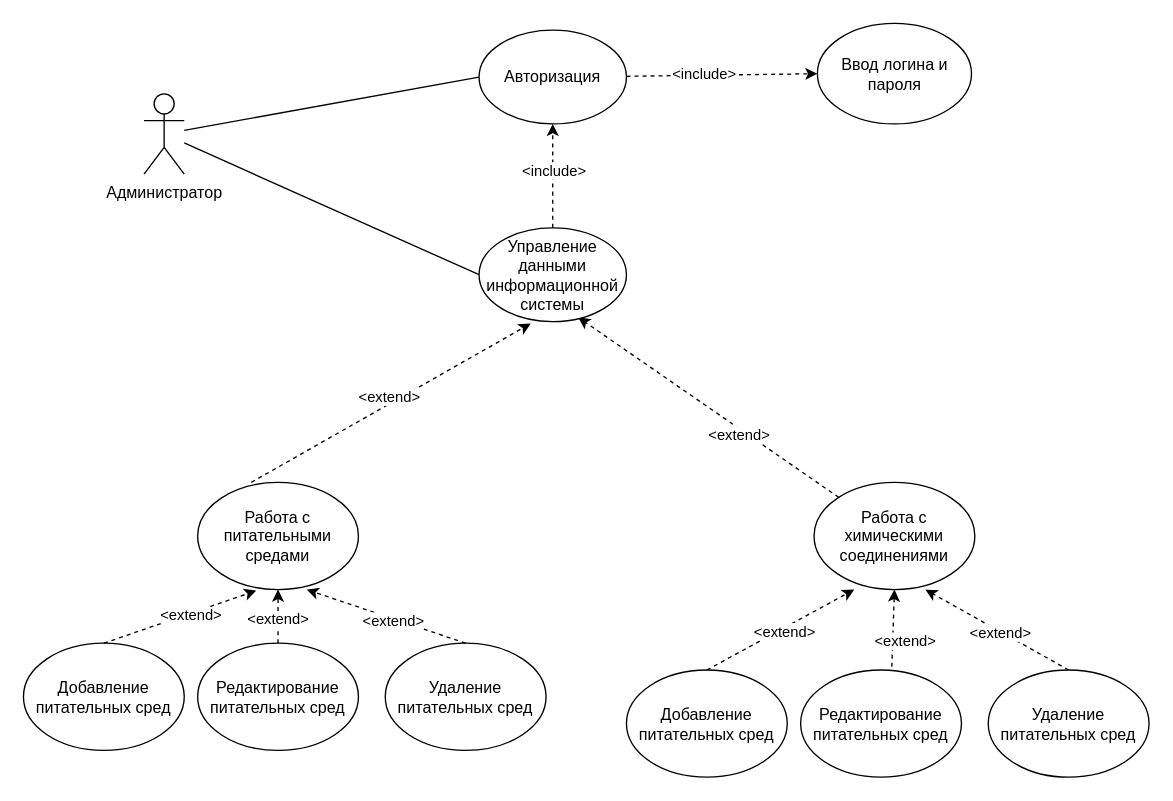
eva01pilot/plant-tissue-diagrams keeps this draw.io diagram as use-case_admin.drawio. Above is the earlier version. Source tidied: cells renumbered, new cells numbered last; positions are measured from the earlier drawing's top-left corner, leaving out a move shared by most shapes. Both pictures are drawn from the tidied source at 134%, with x=0, y=0 at pixel (23, 23).
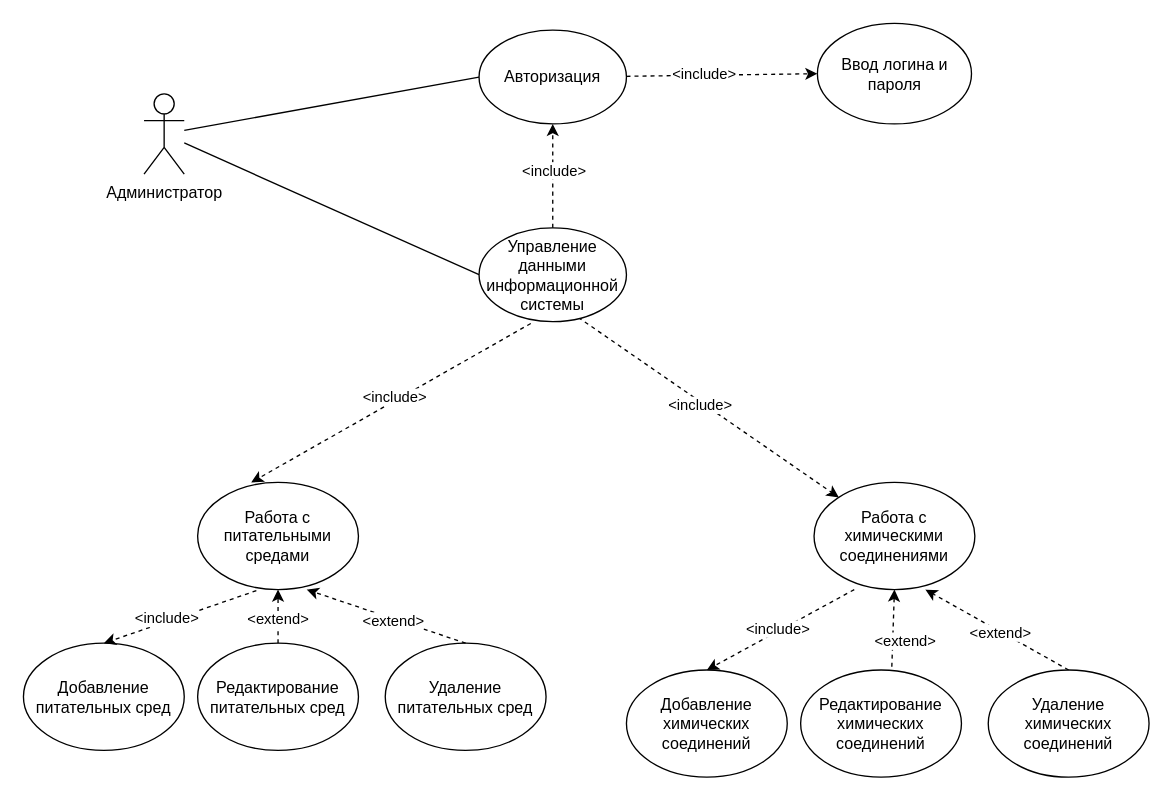
The same page after the edit.

The change refers to these unchanged cells:
```xml
<mxCell id="7" value="&lt;div&gt;Управление данными информационной системы&lt;/div&gt;" style="ellipse;whiteSpace=wrap;html=1;" parent="1" vertex="1">
  <mxGeometry x="340" y="152.5" width="110" height="70" as="geometry" />
</mxCell>
<mxCell id="12" value="Работа с химическими соединениями" style="ellipse;whiteSpace=wrap;html=1;" parent="1" vertex="1">
  <mxGeometry x="590" y="342.5" width="120" height="80" as="geometry" />
</mxCell>
<mxCell id="13" value="&lt;div&gt;Работа с питательными средами&lt;/div&gt;" style="ellipse;whiteSpace=wrap;html=1;" parent="1" vertex="1">
  <mxGeometry x="130" y="342.5" width="120" height="80" as="geometry" />
</mxCell>
<mxCell id="16" value="&lt;div&gt;Добавление питательных сред&lt;/div&gt;" style="ellipse;whiteSpace=wrap;html=1;" parent="1" vertex="1">
  <mxGeometry y="462.5" width="120" height="80" as="geometry" />
</mxCell>
```

Diff of the diagram source:
```diff
@@
-    <mxCell id="5" style="rounded=0;jettySize=auto;html=1;dashed=1;entryX=0.673;entryY=0.955;entryDx=0;entryDy=0;entryPerimeter=0;" parent="1" edge="1" source="12" target="7">
+    <mxCell id="5" style="rounded=0;jettySize=auto;html=1;dashed=1;exitX=0.673;exitY=0.955;exitDx=0;exitDy=0;exitPerimeter=0;" parent="1" edge="1" source="7" target="12">
       <mxGeometry relative="1" as="geometry" />
     </mxCell>
-    <mxCell id="6" value="&lt;div&gt;&amp;lt;extend&amp;gt;&lt;/div&gt;" style="edgeLabel;html=1;align=center;verticalAlign=middle;" parent="5" vertex="1">
+    <mxCell id="6" value="&amp;lt;include&amp;gt;" style="edgeLabel;html=1;align=center;verticalAlign=middle;" parent="5" vertex="1">
       <mxGeometry x="-0.15" y="1" relative="1" as="geometry">
         <mxPoint x="8" y="9" as="offset" />
       </mxGeometry>
     </mxCell>
@@
-    <mxCell id="14" style="endArrow=classic;html=1;rounded=0;exitX=0.351;exitY=1.02;exitDx=0;exitDy=0;exitPerimeter=0;dashed=1;entryX=0.351;entryY=1.02;entryDx=0;entryDy=0;entryPerimeter=0;" parent="1" edge="1" target="7">
+    <mxCell id="14" style="endArrow=classic;html=1;rounded=0;exitX=0.351;exitY=1.02;exitDx=0;exitDy=0;exitPerimeter=0;dashed=1;entryX=0.351;entryY=1.02;entryDx=0;entryDy=0;entryPerimeter=0;" parent="1" edge="1" source="7">
       <mxGeometry relative="1" as="geometry">
-        <mxPoint x="170" y="342.5" as="sourcePoint" />
+        <mxPoint x="170" y="342.5" as="targetPoint" />
       </mxGeometry>
     </mxCell>
-    <mxCell id="15" value="&amp;lt;extend&amp;gt;" style="edgeLabel;html=1;align=center;verticalAlign=middle;" parent="14" vertex="1">
+    <mxCell id="15" value="&amp;lt;include&amp;gt;" style="edgeLabel;html=1;align=center;verticalAlign=middle;" parent="14" vertex="1">
       <mxGeometry x="-0.02" y="1" relative="1" as="geometry">
         <mxPoint y="-5" as="offset" />
       </mxGeometry>
     </mxCell>
@@
-    <mxCell id="19" style="endArrow=classic;html=1;rounded=0;exitX=0.5;exitY=0;exitDx=0;exitDy=0;entryX=0.365;entryY=1.01;entryDx=0;entryDy=0;entryPerimeter=0;dashed=1;" parent="1" edge="1" source="16" target="13">
+    <mxCell id="19" style="endArrow=classic;html=1;rounded=0;exitX=0.365;exitY=1.01;exitDx=0;exitDy=0;entryX=0.5;entryY=0;entryDx=0;entryDy=0;dashed=1;exitPerimeter=0;" parent="1" edge="1" source="13" target="16">
       <mxGeometry relative="1" as="geometry" />
     </mxCell>
-    <mxCell id="20" value="&lt;div&gt;&amp;lt;extend&amp;gt;&lt;/div&gt;" style="edgeLabel;html=1;align=center;verticalAlign=middle;" parent="19" vertex="1">
+    <mxCell id="20" value="&amp;lt;include&amp;gt;" style="edgeLabel;html=1;align=center;verticalAlign=middle;" parent="19" vertex="1">
       <mxGeometry x="0.14" y="-2" relative="1" as="geometry">
         <mxPoint x="-1" as="offset" />
       </mxGeometry>
     </mxCell>
@@
-    <mxCell id="25" value="&lt;div&gt;Добавление питательных сред&lt;/div&gt;" style="ellipse;whiteSpace=wrap;html=1;" parent="1" vertex="1">
+    <mxCell id="25" value="&lt;div&gt;Добавление химических соединений&lt;br&gt;&lt;/div&gt;" style="ellipse;whiteSpace=wrap;html=1;" parent="1" vertex="1">
       <mxGeometry x="450" y="482.5" width="120" height="80" as="geometry" />
     </mxCell>
-    <mxCell id="26" value="&lt;div&gt;Редактирование питательных сред&lt;/div&gt;" style="ellipse;whiteSpace=wrap;html=1;" parent="1" vertex="1">
+    <mxCell id="26" value="&lt;div&gt;Редактирование химических соединений&lt;br&gt;&lt;/div&gt;" style="ellipse;whiteSpace=wrap;html=1;" parent="1" vertex="1">
       <mxGeometry x="580" y="482.5" width="120" height="80" as="geometry" />
     </mxCell>
-    <mxCell id="27" value="&lt;div&gt;Удаление питательных сред&lt;/div&gt;" style="ellipse;whiteSpace=wrap;html=1;" parent="1" vertex="1">
+    <mxCell id="27" value="&lt;div&gt;Удаление химических соединений&lt;br&gt;&lt;/div&gt;" style="ellipse;whiteSpace=wrap;html=1;" parent="1" vertex="1">
       <mxGeometry x="720" y="482.5" width="120" height="80" as="geometry" />
     </mxCell>
-    <mxCell id="28" style="endArrow=classic;html=1;rounded=0;exitX=0.5;exitY=0;exitDx=0;exitDy=0;entryX=0.25;entryY=1;entryDx=0;entryDy=0;entryPerimeter=0;dashed=1;" parent="1" edge="1" source="25" target="12">
+    <mxCell id="28" style="endArrow=classic;html=1;rounded=0;exitX=0.25;exitY=1;exitDx=0;exitDy=0;entryX=0.5;entryY=0;entryDx=0;entryDy=0;dashed=1;exitPerimeter=0;" parent="1" edge="1" source="12" target="25">
       <mxGeometry relative="1" as="geometry" />
     </mxCell>
-    <mxCell id="29" value="&amp;lt;extend&amp;gt;" style="edgeLabel;html=1;align=center;verticalAlign=middle;" parent="28" vertex="1">
+    <mxCell id="29" value="&amp;lt;include&amp;gt;" style="edgeLabel;html=1;align=center;verticalAlign=middle;" parent="28" vertex="1">
       <mxGeometry x="0.02" y="-2" relative="1" as="geometry" />
     </mxCell>
```
